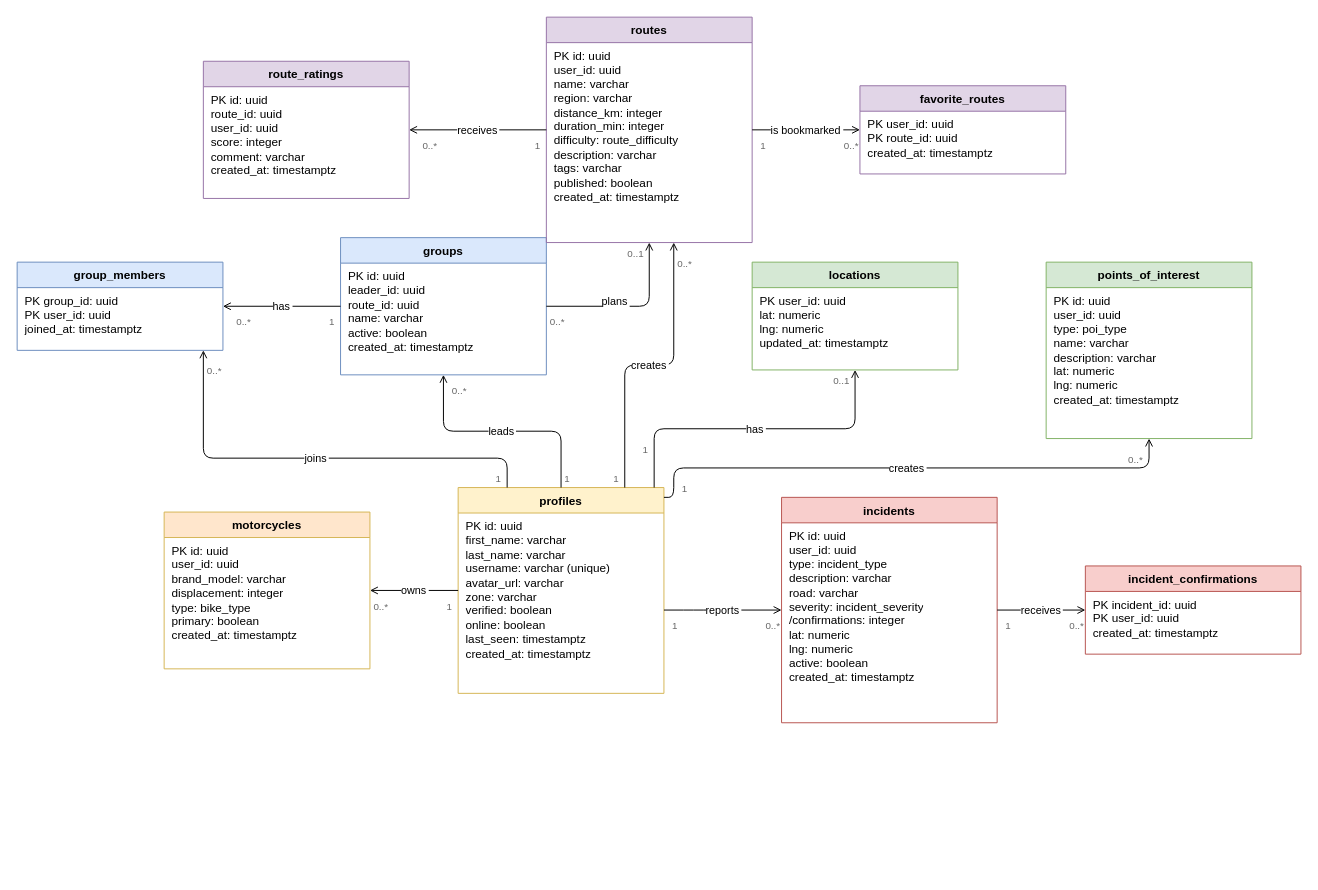
Before: diagrama.drawio in jesoriare/TFG-Motos, a draw.io diagram. Source tidied: cells renumbered, new cells numbered last; positions are measured from the earlier drawing's top-left corner, leaving out a move shared by most shapes. Both pictures are drawn from the tidied source at 98%, with x=0, y=0 at pixel (17, 17).
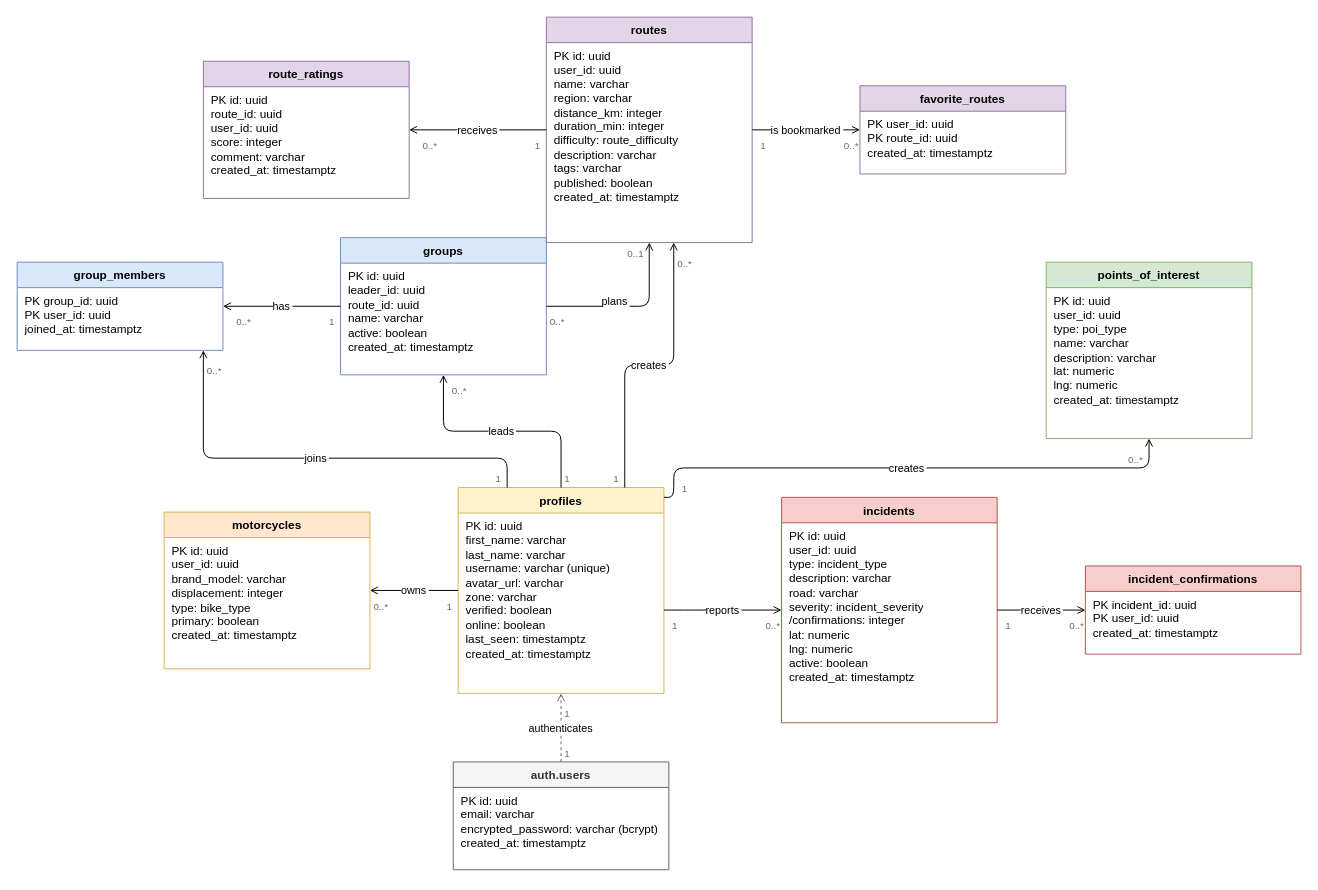
Above is the later version.

Commit message (it also covers changes not shown here):
fix: diagrama UML

Unchanged cells that the change refers to:
```xml
<mxCell id="12" value="profiles" style="swimlane;fontStyle=1;align=center;startSize=26;fillColor=#fff2cc;strokeColor=#d6b656;" parent="1" vertex="1">
  <mxGeometry x="450" y="480" width="210" height="210" as="geometry" />
</mxCell>
<mxCell id="13" value="PK id: uuid&lt;br&gt;first_name: varchar&lt;br&gt;last_name: varchar&lt;br&gt;username: varchar (unique)&lt;br&gt;avatar_url: varchar&lt;br&gt;zone: varchar&lt;br&gt;verified: boolean&lt;br&gt;online: boolean&lt;br&gt;last_seen: timestamptz&lt;br&gt;created_at: timestamptz" style="text;html=1;strokeColor=none;fillColor=none;align=left;verticalAlign=top;spacingLeft=6;overflow=hidden;" parent="12" vertex="1">
  <mxGeometry y="26" width="210" height="184" as="geometry" />
</mxCell>
```

Change to the diagram source:
```diff
@@
-    <mxCell id="6" value="locations" style="swimlane;fontStyle=1;align=center;startSize=26;fillColor=#d5e8d4;strokeColor=#82b366;" parent="1" vertex="1">
-      <mxGeometry x="750" y="250" width="210" height="110" as="geometry" />
-    </mxCell>
-    <mxCell id="7" value="PK user_id: uuid&lt;br&gt;lat: numeric&lt;br&gt;lng: numeric&lt;br&gt;updated_at: timestamptz" style="text;html=1;strokeColor=none;fillColor=none;align=left;verticalAlign=top;spacingLeft=6;overflow=hidden;" parent="6" vertex="1">
-      <mxGeometry y="26" width="210" height="84" as="geometry" />
-    </mxCell>
@@
-    <mxCell id="48" value="has" style="edgeStyle=orthogonalEdgeStyle;endArrow=open;endFill=0;fontSize=11;" parent="1" edge="1" source="12" target="6">
-      <mxGeometry relative="1" as="geometry">
-        <Array as="points">
-          <mxPoint x="650" y="420" />
-          <mxPoint x="855" y="420" />
-        </Array>
-      </mxGeometry>
-    </mxCell>
-    <mxCell id="49" value="1" style="edgeLabel;html=1;align=center;verticalAlign=middle;fontSize=10;fontColor=#666666;labelBackgroundColor=#ffffff;" parent="48" vertex="1">
-      <mxGeometry x="-1" y="-1" relative="1" as="geometry">
-        <mxPoint x="-11" y="-40" as="offset" />
-      </mxGeometry>
-    </mxCell>
-    <mxCell id="50" value="0..1" style="edgeLabel;html=1;align=center;verticalAlign=middle;fontSize=10;fontColor=#666666;labelBackgroundColor=#ffffff;" parent="48" vertex="1">
-      <mxGeometry x="1" y="-1" relative="1" as="geometry">
-        <mxPoint x="-16" y="10" as="offset" />
-      </mxGeometry>
-    </mxCell>
@@
+    <mxCell id="60" value="auth.users" style="swimlane;fontStyle=1;align=center;startSize=26;fillColor=#f5f5f5;strokeColor=#666666;fontColor=#333333;" parent="1" vertex="1">
+      <mxGeometry x="445" y="760" width="220" height="110" as="geometry" />
+    </mxCell>
+    <mxCell id="61" value="PK id: uuid&lt;br&gt;email: varchar&lt;br&gt;encrypted_password: varchar (bcrypt)&lt;br&gt;created_at: timestamptz" style="text;html=1;strokeColor=none;fillColor=none;align=left;verticalAlign=top;spacingLeft=6;overflow=hidden;" parent="60" vertex="1">
+      <mxGeometry y="26" width="220" height="84" as="geometry" />
+    </mxCell>
+    <mxCell id="62" value="authenticates" style="edgeStyle=orthogonalEdgeStyle;endArrow=open;endFill=0;fontSize=11;dashed=1;strokeColor=#666666;entryX=0.5;entryY=1;entryDx=0;entryDy=0;" parent="1" edge="1" source="60" target="13">
+      <mxGeometry relative="1" as="geometry" />
+    </mxCell>
+    <mxCell id="63" value="1" style="edgeLabel;html=1;align=center;verticalAlign=middle;fontSize=10;fontColor=#666666;labelBackgroundColor=#ffffff;" parent="62" vertex="1">
+      <mxGeometry x="-1" y="-1" relative="1" as="geometry">
+        <mxPoint x="4" y="-10" as="offset" />
+      </mxGeometry>
+    </mxCell>
+    <mxCell id="64" value="1" style="edgeLabel;html=1;align=center;verticalAlign=middle;fontSize=10;fontColor=#666666;labelBackgroundColor=#ffffff;" parent="62" vertex="1">
+      <mxGeometry x="1" y="-1" relative="1" as="geometry">
+        <mxPoint x="4" y="20" as="offset" />
+      </mxGeometry>
+    </mxCell>
```
